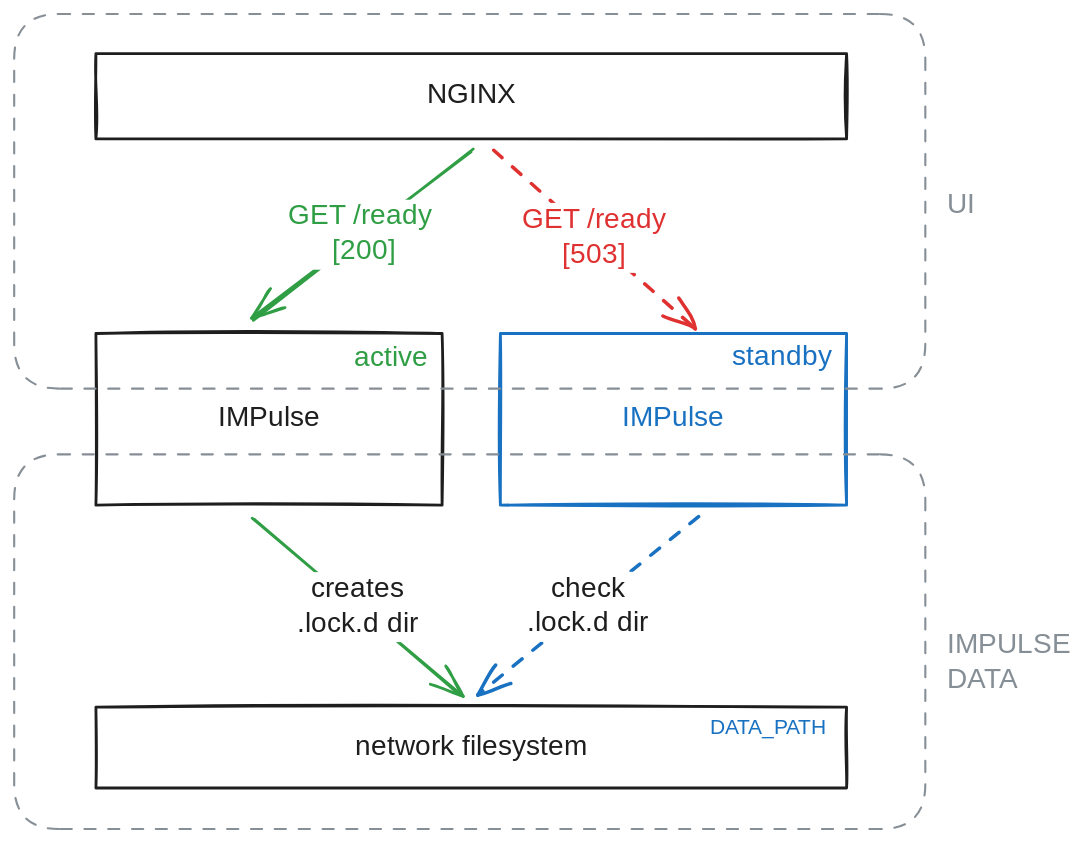
Before: docs/content/media/ha.excalidraw.svg, a diagram exported from Excalidraw (eslupmi/impulse). Source tidied: one line per element, renumbered; positions are measured from the earlier drawing's top-left corner, leaving out a move shared by most shapes.
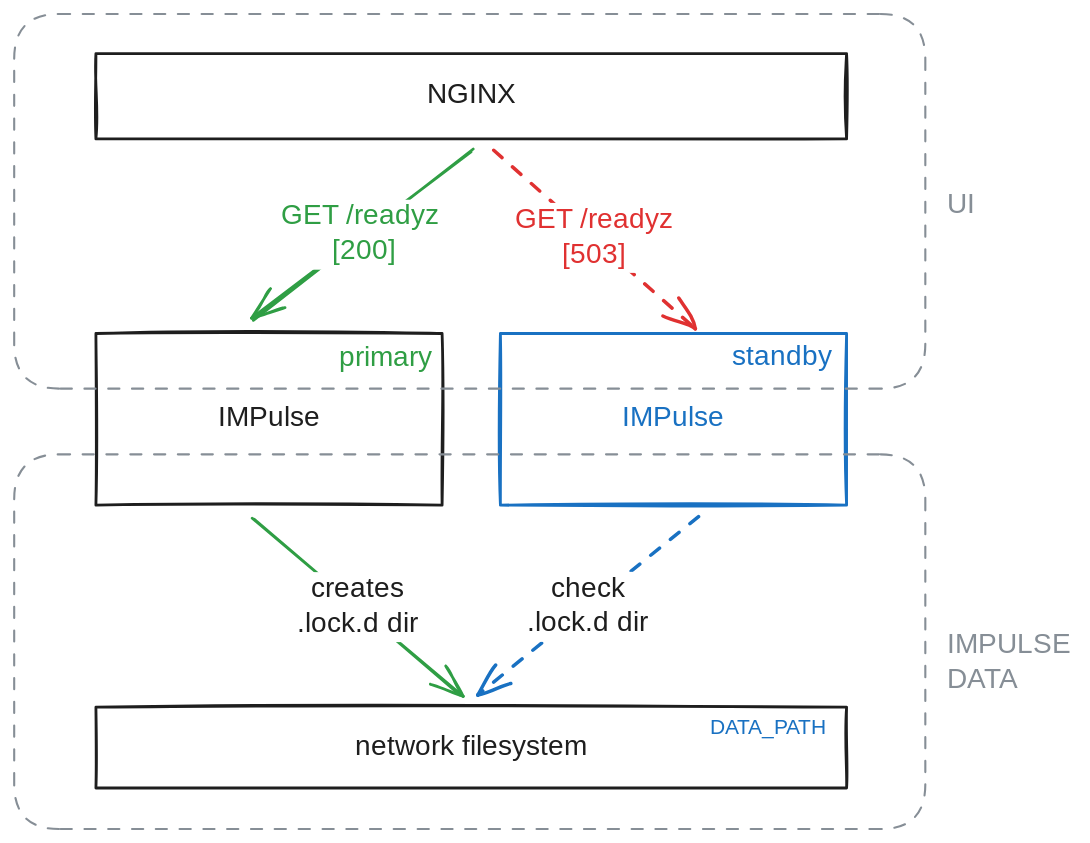
Above is the later version.

The edit, as a diff of the source:
```diff
@@ -12,12 +12,12 @@
 {"id": 11, "type": "rectangle", "strokeColor": "#1e1e1e", "strokeWidth": 2, "roughness": 1, "x": 58, "y": 28, "width": 536, "height": 61}
 {"id": 12, "type": "text", "text": "NGINX", "strokeColor": "#1e1e1e", "strokeWidth": 2, "roughness": 1, "fontSize": 20, "fontFamily": 5, "textAlign": "center", "verticalAlign": "middle", "inside": 11, "x": 294, "y": 46, "width": 64, "height": 25}
 {"id": 13, "type": "arrow", "strokeColor": "#2f9e44", "strokeWidth": 2, "roughness": 1, "endArrowhead": "arrow", "round": true, "from": 11, "to": 2, "x": 328, "y": 97, "width": 157, "height": 121, "points": [[0, 0], [-157, 121]]}
-{"id": 14, "type": "text", "text": "GET /ready \n[200]", "strokeColor": "#2f9e44", "strokeWidth": 2, "strokeStyle": "dashed", "roughness": 1, "fontSize": 20, "fontFamily": 5, "textAlign": "center", "verticalAlign": "middle", "inside": 13, "x": 190, "y": 131, "width": 127, "height": 50}
+{"id": 14, "type": "text", "text": "GET /readyz \n[200]", "strokeColor": "#2f9e44", "strokeWidth": 2, "strokeStyle": "dashed", "roughness": 1, "fontSize": 20, "fontFamily": 5, "textAlign": "center", "verticalAlign": "middle", "inside": 13, "x": 181, "y": 133, "width": 138, "height": 50}
 {"id": 15, "type": "text", "text": "standby", "strokeColor": "#1971c2", "strokeWidth": 2, "roughness": 1, "fontSize": 20, "fontFamily": 5, "x": 513, "y": 233, "width": 78, "height": 25}
 {"id": 16, "type": "arrow", "strokeColor": "#e03131", "strokeWidth": 2, "strokeStyle": "dashed", "roughness": 1, "endArrowhead": "arrow", "round": true, "from": 11, "to": 5, "x": 342, "y": 96, "width": 144, "height": 128, "points": [[0, 0], [144, 128]]}
-{"id": 17, "type": "text", "text": "GET /ready\n[503]", "strokeColor": "#e03131", "strokeWidth": 2, "strokeStyle": "dashed", "roughness": 1, "fontSize": 20, "fontFamily": 5, "textAlign": "center", "verticalAlign": "middle", "inside": 16, "x": 351, "y": 135, "width": 119, "height": 50}
+{"id": 17, "type": "text", "text": "GET /readyz\n[503]", "strokeColor": "#e03131", "strokeWidth": 2, "strokeStyle": "dashed", "roughness": 1, "fontSize": 20, "fontFamily": 5, "textAlign": "center", "verticalAlign": "middle", "inside": 16, "x": 349, "y": 135, "width": 130, "height": 50}
 {"id": 18, "type": "rectangle", "strokeColor": "#868e96", "strokeWidth": 1, "strokeStyle": "dashed", "roughness": 0, "round": true, "x": 0, "y": 0, "width": 651, "height": 268}
 {"id": 19, "type": "text", "text": "UI", "strokeColor": "#868e96", "strokeWidth": 1, "strokeStyle": "dashed", "roughness": 0, "fontSize": 20, "fontFamily": 5, "x": 666, "y": 124, "width": 25, "height": 25}
 {"id": 20, "type": "rectangle", "strokeColor": "#868e96", "strokeWidth": 1, "strokeStyle": "dashed", "roughness": 0, "round": true, "x": 0, "y": 315, "width": 651, "height": 268}
 {"id": 21, "type": "text", "text": "IMPULSE\nDATA", "strokeColor": "#868e96", "strokeWidth": 1, "strokeStyle": "dashed", "roughness": 0, "fontSize": 20, "fontFamily": 5, "x": 666, "y": 439, "width": 92, "height": 50}
-{"id": 22, "type": "text", "text": "active", "strokeColor": "#2f9e44", "strokeWidth": 2, "roughness": 1, "fontSize": 20, "fontFamily": 5, "x": 243, "y": 234, "width": 59, "height": 25}
+{"id": 22, "type": "text", "text": "primary", "strokeColor": "#2f9e44", "strokeWidth": 2, "roughness": 1, "fontSize": 20, "fontFamily": 5, "x": 232, "y": 234, "width": 68, "height": 25}
```
